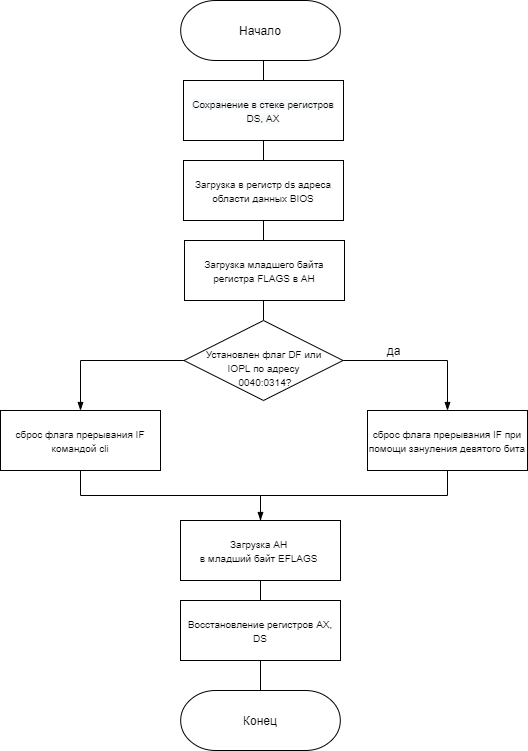
leontartykov/bmstu_sem_5_os keeps this draw.io diagram as lab_01/part_1/algorithm_scheme/int8h-Страница 3.png. Above is the earlier version. Source tidied: cells renumbered, new cells last; positions are measured from the earlier drawing's top-left corner, leaving out a move shared by most shapes. Its diagram source:
```xml
<mxGraphModel>
  <root>
    <mxCell id="0" />
    <mxCell id="1" parent="0" />
    <mxCell id="2" style="edgeStyle=orthogonalEdgeStyle;rounded=0;jettySize=auto;html=1;exitX=0.5;exitY=1;exitDx=0;exitDy=0;exitPerimeter=0;entryX=0.5;entryY=0;entryDx=0;entryDy=0;endArrow=none;endFill=0;" parent="1" edge="1" source="3" target="5">
      <mxGeometry relative="1" as="geometry" />
    </mxCell>
    <mxCell id="3" value="Начало" style="strokeWidth=1;html=1;shape=(stored shape, 464 characters);whiteSpace=wrap;" parent="1" vertex="1">
      <mxGeometry x="145" width="230" height="60" as="geometry" />
    </mxCell>
    <mxCell id="4" style="edgeStyle=orthogonalEdgeStyle;rounded=0;jettySize=auto;html=1;exitX=0.5;exitY=1;exitDx=0;exitDy=0;entryX=0.5;entryY=0;entryDx=0;entryDy=0;endArrow=none;endFill=0;" parent="1" edge="1" source="5" target="6">
      <mxGeometry relative="1" as="geometry" />
    </mxCell>
    <mxCell id="5" value="&lt;span style=&quot;color: rgb(0 , 0 , 0) ; font-family: &amp;#34;helvetica&amp;#34; ; font-size: 10px ; font-style: normal ; font-weight: 400 ; letter-spacing: normal ; text-align: center ; text-indent: 0px ; text-transform: none ; word-spacing: 0px ; background-color: rgb(248 , 249 , 250) ; display: inline ; float: none&quot;&gt;Сохранение в стеке регистров&lt;/span&gt;&lt;br style=&quot;color: rgb(0 , 0 , 0) ; font-family: &amp;#34;helvetica&amp;#34; ; font-size: 10px ; font-style: normal ; font-weight: 400 ; letter-spacing: normal ; text-align: center ; text-indent: 0px ; text-transform: none ; word-spacing: 0px ; background-color: rgb(248 , 249 , 250)&quot;&gt;&lt;span style=&quot;color: rgb(0 , 0 , 0) ; font-family: &amp;#34;helvetica&amp;#34; ; font-size: 10px ; font-style: normal ; font-weight: 400 ; letter-spacing: normal ; text-align: center ; text-indent: 0px ; text-transform: none ; word-spacing: 0px ; background-color: rgb(248 , 249 , 250) ; display: inline ; float: none&quot;&gt;DS, AX&lt;/span&gt;" style="rounded=0;whiteSpace=wrap;html=1;" parent="1" vertex="1">
      <mxGeometry x="183" y="80" width="160" height="60" as="geometry" />
    </mxCell>
    <mxCell id="6" value="&lt;span style=&quot;font-size: 10px&quot;&gt;Загрузка в регистр ds адреса области данных BIOS&lt;/span&gt;" style="rounded=0;whiteSpace=wrap;html=1;" parent="1" vertex="1">
      <mxGeometry x="183" y="160" width="160" height="60" as="geometry" />
    </mxCell>
    <mxCell id="7" style="edgeStyle=orthogonalEdgeStyle;rounded=0;jettySize=auto;html=1;exitX=0.5;exitY=0;exitDx=0;exitDy=0;entryX=0.5;entryY=1;entryDx=0;entryDy=0;endArrow=none;endFill=0;" parent="1" edge="1" source="9" target="6">
      <mxGeometry relative="1" as="geometry" />
    </mxCell>
    <mxCell id="8" style="edgeStyle=orthogonalEdgeStyle;rounded=0;jettySize=auto;html=1;exitX=0.5;exitY=1;exitDx=0;exitDy=0;entryX=0.5;entryY=0;entryDx=0;entryDy=0;endArrow=none;endFill=0;" parent="1" edge="1" source="9" target="12">
      <mxGeometry relative="1" as="geometry" />
    </mxCell>
    <mxCell id="9" value="&lt;font style=&quot;font-size: 10px&quot;&gt;Загрузка младшего байта регистра FLAGS в AH&lt;/font&gt;" style="rounded=0;whiteSpace=wrap;html=1;" parent="1" vertex="1">
      <mxGeometry x="184" y="240" width="160" height="60" as="geometry" />
    </mxCell>
    <mxCell id="10" style="edgeStyle=orthogonalEdgeStyle;rounded=0;jettySize=auto;html=1;exitX=1;exitY=0.5;exitDx=0;exitDy=0;entryX=0.5;entryY=0;entryDx=0;entryDy=0;endArrow=blockThin;endFill=1;" parent="1" edge="1" source="12" target="14">
      <mxGeometry relative="1" as="geometry" />
    </mxCell>
    <mxCell id="11" style="edgeStyle=orthogonalEdgeStyle;rounded=0;jettySize=auto;html=1;exitX=0;exitY=0.5;exitDx=0;exitDy=0;entryX=0.5;entryY=0;entryDx=0;entryDy=0;endArrow=blockThin;endFill=1;" parent="1" edge="1" source="12" target="17">
      <mxGeometry relative="1" as="geometry" />
    </mxCell>
    <mxCell id="12" value="&lt;span style=&quot;font-size: 10px&quot;&gt;&lt;br&gt;Установлен флаг DF или&lt;br&gt;IOPL по адресу&lt;br&gt;&amp;nbsp;0040:0314?&lt;br&gt;&lt;/span&gt;" style="rhombus;whiteSpace=wrap;html=1;" parent="1" vertex="1">
      <mxGeometry x="183.5" y="320" width="159" height="80" as="geometry" />
    </mxCell>
    <mxCell id="13" style="edgeStyle=orthogonalEdgeStyle;rounded=0;jettySize=auto;html=1;exitX=0.5;exitY=1;exitDx=0;exitDy=0;entryX=0.5;entryY=0;entryDx=0;entryDy=0;endArrow=none;endFill=0;" parent="1" edge="1" source="14" target="19">
      <mxGeometry relative="1" as="geometry" />
    </mxCell>
    <mxCell id="14" value="&lt;font style=&quot;font-size: 10px&quot;&gt;сброс флага прерывания IF при помощи зануления девятого бита&lt;/font&gt;" style="rounded=0;whiteSpace=wrap;html=1;" parent="1" vertex="1">
      <mxGeometry x="367" y="410" width="160" height="60" as="geometry" />
    </mxCell>
    <mxCell id="15" value="да" style="text;html=1;align=center;verticalAlign=middle;strokeColor=none;" parent="1" vertex="1">
      <mxGeometry x="378" y="340" width="30" height="20" as="geometry" />
    </mxCell>
    <mxCell id="16" style="edgeStyle=orthogonalEdgeStyle;rounded=0;jettySize=auto;html=1;exitX=0.5;exitY=1;exitDx=0;exitDy=0;entryX=0.5;entryY=0;entryDx=0;entryDy=0;endArrow=blockThin;endFill=1;" parent="1" edge="1" source="17" target="19">
      <mxGeometry relative="1" as="geometry" />
    </mxCell>
    <mxCell id="17" value="&lt;font style=&quot;font-size: 10px&quot;&gt;сброс флага прерывания IF&lt;br&gt;командой cli&lt;br&gt;&lt;/font&gt;" style="rounded=0;whiteSpace=wrap;html=1;" parent="1" vertex="1">
      <mxGeometry y="410" width="160" height="60" as="geometry" />
    </mxCell>
    <mxCell id="18" style="edgeStyle=orthogonalEdgeStyle;rounded=0;jettySize=auto;html=1;exitX=0.5;exitY=1;exitDx=0;exitDy=0;entryX=0.5;entryY=0;entryDx=0;entryDy=0;endArrow=none;endFill=0;" parent="1" edge="1" source="19" target="21">
      <mxGeometry relative="1" as="geometry" />
    </mxCell>
    <mxCell id="19" value="&lt;font style=&quot;font-size: 10px&quot;&gt;Загрузка AH&amp;nbsp;&lt;br&gt;в младший байт EFLAGS&amp;nbsp;&lt;/font&gt;" style="rounded=0;whiteSpace=wrap;html=1;" parent="1" vertex="1">
      <mxGeometry x="180" y="520" width="160" height="60" as="geometry" />
    </mxCell>
    <mxCell id="20" style="edgeStyle=orthogonalEdgeStyle;rounded=0;jettySize=auto;html=1;exitX=0.5;exitY=1;exitDx=0;exitDy=0;entryX=0.5;entryY=0;entryDx=0;entryDy=0;entryPerimeter=0;endArrow=none;endFill=0;" parent="1" edge="1" source="21" target="22">
      <mxGeometry relative="1" as="geometry" />
    </mxCell>
    <mxCell id="21" value="&lt;span style=&quot;font-size: 10px&quot;&gt;Восстановление регистров AX, DS&lt;/span&gt;" style="rounded=0;whiteSpace=wrap;html=1;" parent="1" vertex="1">
      <mxGeometry x="180" y="600" width="160" height="60" as="geometry" />
    </mxCell>
    <mxCell id="22" value="Конец" style="strokeWidth=1;html=1;shape=(stored shape, 464 characters);whiteSpace=wrap;" parent="1" vertex="1">
      <mxGeometry x="145" y="690" width="230" height="60" as="geometry" />
    </mxCell>
  </root>
</mxGraphModel>
```
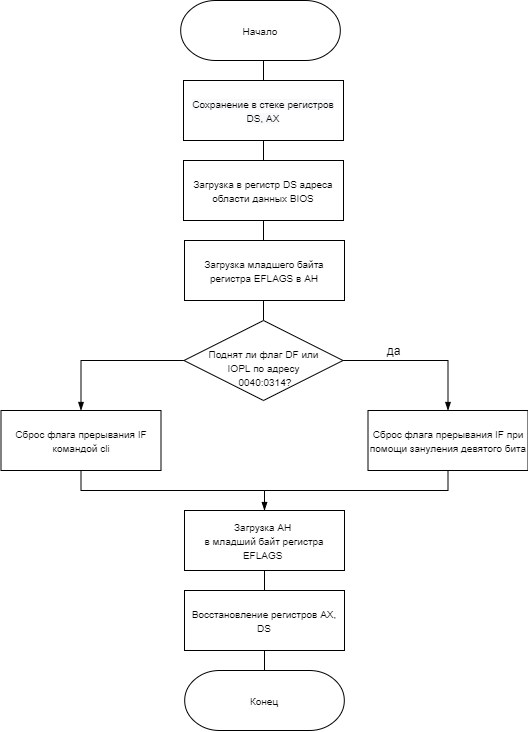
After the change.

Change to the diagram source:
```diff
@@ -5,7 +5,7 @@
     <mxCell id="2" style="edgeStyle=orthogonalEdgeStyle;rounded=0;jettySize=auto;html=1;exitX=0.5;exitY=1;exitDx=0;exitDy=0;exitPerimeter=0;entryX=0.5;entryY=0;entryDx=0;entryDy=0;endArrow=none;endFill=0;" parent="1" edge="1" source="3" target="5">
       <mxGeometry relative="1" as="geometry" />
     </mxCell>
-    <mxCell id="3" value="Начало" style="strokeWidth=1;html=1;shape=(stored shape, 464 characters);whiteSpace=wrap;" parent="1" vertex="1">
+    <mxCell id="3" value="&lt;font style=&quot;font-size: 10px&quot;&gt;Начало&lt;/font&gt;" style="strokeWidth=1;html=1;shape=(stored shape, 464 characters);whiteSpace=wrap;" parent="1" vertex="1">
       <mxGeometry x="145" width="230" height="60" as="geometry" />
     </mxCell>
     <mxCell id="4" style="edgeStyle=orthogonalEdgeStyle;rounded=0;jettySize=auto;html=1;exitX=0.5;exitY=1;exitDx=0;exitDy=0;entryX=0.5;entryY=0;entryDx=0;entryDy=0;endArrow=none;endFill=0;" parent="1" edge="1" source="5" target="6">
@@ -14,7 +14,7 @@
     <mxCell id="5" value="&lt;span style=&quot;color: rgb(0 , 0 , 0) ; font-family: &amp;#34;helvetica&amp;#34; ; font-size: 10px ; font-style: normal ; font-weight: 400 ; letter-spacing: normal ; text-align: center ; text-indent: 0px ; text-transform: none ; word-spacing: 0px ; background-color: rgb(248 , 249 , 250) ; display: inline ; float: none&quot;&gt;Сохранение в стеке регистров&lt;/span&gt;&lt;br style=&quot;color: rgb(0 , 0 , 0) ; font-family: &amp;#34;helvetica&amp;#34; ; font-size: 10px ; font-style: normal ; font-weight: 400 ; letter-spacing: normal ; text-align: center ; text-indent: 0px ; text-transform: none ; word-spacing: 0px ; background-color: rgb(248 , 249 , 250)&quot;&gt;&lt;span style=&quot;color: rgb(0 , 0 , 0) ; font-family: &amp;#34;helvetica&amp;#34; ; font-size: 10px ; font-style: normal ; font-weight: 400 ; letter-spacing: normal ; text-align: center ; text-indent: 0px ; text-transform: none ; word-spacing: 0px ; background-color: rgb(248 , 249 , 250) ; display: inline ; float: none&quot;&gt;DS, AX&lt;/span&gt;" style="rounded=0;whiteSpace=wrap;html=1;" parent="1" vertex="1">
       <mxGeometry x="183" y="80" width="160" height="60" as="geometry" />
     </mxCell>
-    <mxCell id="6" value="&lt;span style=&quot;font-size: 10px&quot;&gt;Загрузка в регистр ds адреса области данных BIOS&lt;/span&gt;" style="rounded=0;whiteSpace=wrap;html=1;" parent="1" vertex="1">
+    <mxCell id="6" value="&lt;span style=&quot;font-size: 10px&quot;&gt;Загрузка в регистр DS адреса области данных BIOS&lt;/span&gt;" style="rounded=0;whiteSpace=wrap;html=1;" parent="1" vertex="1">
       <mxGeometry x="183" y="160" width="160" height="60" as="geometry" />
     </mxCell>
     <mxCell id="7" style="edgeStyle=orthogonalEdgeStyle;rounded=0;jettySize=auto;html=1;exitX=0.5;exitY=0;exitDx=0;exitDy=0;entryX=0.5;entryY=1;entryDx=0;entryDy=0;endArrow=none;endFill=0;" parent="1" edge="1" source="9" target="6">
@@ -23,7 +23,7 @@
     <mxCell id="8" style="edgeStyle=orthogonalEdgeStyle;rounded=0;jettySize=auto;html=1;exitX=0.5;exitY=1;exitDx=0;exitDy=0;entryX=0.5;entryY=0;entryDx=0;entryDy=0;endArrow=none;endFill=0;" parent="1" edge="1" source="9" target="12">
       <mxGeometry relative="1" as="geometry" />
     </mxCell>
-    <mxCell id="9" value="&lt;font style=&quot;font-size: 10px&quot;&gt;Загрузка младшего байта регистра FLAGS в AH&lt;/font&gt;" style="rounded=0;whiteSpace=wrap;html=1;" parent="1" vertex="1">
+    <mxCell id="9" value="&lt;font style=&quot;font-size: 10px&quot;&gt;Загрузка младшего байта регистра EFLAGS в AH&lt;/font&gt;" style="rounded=0;whiteSpace=wrap;html=1;" parent="1" vertex="1">
       <mxGeometry x="184" y="240" width="160" height="60" as="geometry" />
     </mxCell>
     <mxCell id="10" style="edgeStyle=orthogonalEdgeStyle;rounded=0;jettySize=auto;html=1;exitX=1;exitY=0.5;exitDx=0;exitDy=0;entryX=0.5;entryY=0;entryDx=0;entryDy=0;endArrow=blockThin;endFill=1;" parent="1" edge="1" source="12" target="14">
@@ -32,38 +32,41 @@
     <mxCell id="11" style="edgeStyle=orthogonalEdgeStyle;rounded=0;jettySize=auto;html=1;exitX=0;exitY=0.5;exitDx=0;exitDy=0;entryX=0.5;entryY=0;entryDx=0;entryDy=0;endArrow=blockThin;endFill=1;" parent="1" edge="1" source="12" target="17">
       <mxGeometry relative="1" as="geometry" />
     </mxCell>
-    <mxCell id="12" value="&lt;span style=&quot;font-size: 10px&quot;&gt;&lt;br&gt;Установлен флаг DF или&lt;br&gt;IOPL по адресу&lt;br&gt;&amp;nbsp;0040:0314?&lt;br&gt;&lt;/span&gt;" style="rhombus;whiteSpace=wrap;html=1;" parent="1" vertex="1">
+    <mxCell id="12" value="&lt;span style=&quot;font-size: 10px&quot;&gt;&lt;br&gt;Поднят ли флаг DF или&lt;br&gt;IOPL по адресу&lt;br&gt;&amp;nbsp;0040:0314?&lt;br&gt;&lt;/span&gt;" style="rhombus;whiteSpace=wrap;html=1;" parent="1" vertex="1">
       <mxGeometry x="183.5" y="320" width="159" height="80" as="geometry" />
     </mxCell>
-    <mxCell id="13" style="edgeStyle=orthogonalEdgeStyle;rounded=0;jettySize=auto;html=1;exitX=0.5;exitY=1;exitDx=0;exitDy=0;entryX=0.5;entryY=0;entryDx=0;entryDy=0;endArrow=none;endFill=0;" parent="1" edge="1" source="14" target="19">
+    <mxCell id="13" style="edgeStyle=orthogonalEdgeStyle;rounded=0;jettySize=auto;html=1;exitX=0.5;exitY=1;exitDx=0;exitDy=0;entryX=0.5;entryY=0;entryDx=0;entryDy=0;endArrow=blockThin;endFill=1;" parent="1" edge="1" source="14" target="19">
       <mxGeometry relative="1" as="geometry" />
     </mxCell>
-    <mxCell id="14" value="&lt;font style=&quot;font-size: 10px&quot;&gt;сброс флага прерывания IF при помощи зануления девятого бита&lt;/font&gt;" style="rounded=0;whiteSpace=wrap;html=1;" parent="1" vertex="1">
-      <mxGeometry x="367" y="410" width="160" height="60" as="geometry" />
+    <mxCell id="14" value="&lt;font style=&quot;font-size: 10px&quot;&gt;Сброс флага прерывания IF при помощи зануления девятого бита&lt;/font&gt;" style="rounded=0;whiteSpace=wrap;html=1;" parent="1" vertex="1">
+      <mxGeometry x="367.5" y="410" width="160" height="60" as="geometry" />
     </mxCell>
     <mxCell id="15" value="да" style="text;html=1;align=center;verticalAlign=middle;strokeColor=none;" parent="1" vertex="1">
       <mxGeometry x="378" y="340" width="30" height="20" as="geometry" />
     </mxCell>
-    <mxCell id="16" style="edgeStyle=orthogonalEdgeStyle;rounded=0;jettySize=auto;html=1;exitX=0.5;exitY=1;exitDx=0;exitDy=0;entryX=0.5;entryY=0;entryDx=0;entryDy=0;endArrow=blockThin;endFill=1;" parent="1" edge="1" source="17" target="19">
+    <mxCell id="16" style="edgeStyle=orthogonalEdgeStyle;rounded=0;jettySize=auto;html=1;exitX=0.5;exitY=1;exitDx=0;exitDy=0;entryX=0.5;entryY=0;entryDx=0;entryDy=0;endArrow=none;endFill=0;" parent="1" edge="1" source="17" target="19">
       <mxGeometry relative="1" as="geometry" />
     </mxCell>
-    <mxCell id="17" value="&lt;font style=&quot;font-size: 10px&quot;&gt;сброс флага прерывания IF&lt;br&gt;командой cli&lt;br&gt;&lt;/font&gt;" style="rounded=0;whiteSpace=wrap;html=1;" parent="1" vertex="1">
-      <mxGeometry y="410" width="160" height="60" as="geometry" />
+    <mxCell id="17" value="&lt;font style=&quot;font-size: 10px&quot;&gt;Сброс флага прерывания IF&lt;br&gt;командой cli&lt;br&gt;&lt;/font&gt;" style="rounded=0;whiteSpace=wrap;html=1;" parent="1" vertex="1">
+      <mxGeometry x="0.5" y="410" width="160" height="60" as="geometry" />
     </mxCell>
     <mxCell id="18" style="edgeStyle=orthogonalEdgeStyle;rounded=0;jettySize=auto;html=1;exitX=0.5;exitY=1;exitDx=0;exitDy=0;entryX=0.5;entryY=0;entryDx=0;entryDy=0;endArrow=none;endFill=0;" parent="1" edge="1" source="19" target="21">
       <mxGeometry relative="1" as="geometry" />
     </mxCell>
-    <mxCell id="19" value="&lt;font style=&quot;font-size: 10px&quot;&gt;Загрузка AH&amp;nbsp;&lt;br&gt;в младший байт EFLAGS&amp;nbsp;&lt;/font&gt;" style="rounded=0;whiteSpace=wrap;html=1;" parent="1" vertex="1">
-      <mxGeometry x="180" y="520" width="160" height="60" as="geometry" />
+    <mxCell id="19" value="&lt;font style=&quot;font-size: 10px&quot;&gt;Загрузка AH&amp;nbsp;&lt;br&gt;в младший байт регистра EFLAGS&amp;nbsp;&lt;/font&gt;" style="rounded=0;whiteSpace=wrap;html=1;" parent="1" vertex="1">
+      <mxGeometry x="184" y="510" width="160" height="60" as="geometry" />
     </mxCell>
     <mxCell id="20" style="edgeStyle=orthogonalEdgeStyle;rounded=0;jettySize=auto;html=1;exitX=0.5;exitY=1;exitDx=0;exitDy=0;entryX=0.5;entryY=0;entryDx=0;entryDy=0;entryPerimeter=0;endArrow=none;endFill=0;" parent="1" edge="1" source="21" target="22">
       <mxGeometry relative="1" as="geometry" />
     </mxCell>
     <mxCell id="21" value="&lt;span style=&quot;font-size: 10px&quot;&gt;Восстановление регистров AX, DS&lt;/span&gt;" style="rounded=0;whiteSpace=wrap;html=1;" parent="1" vertex="1">
-      <mxGeometry x="180" y="600" width="160" height="60" as="geometry" />
+      <mxGeometry x="184" y="590" width="160" height="60" as="geometry" />
     </mxCell>
-    <mxCell id="22" value="Конец" style="strokeWidth=1;html=1;shape=(stored shape, 464 characters);whiteSpace=wrap;" parent="1" vertex="1">
-      <mxGeometry x="145" y="690" width="230" height="60" as="geometry" />
+    <mxCell id="22" value="&lt;font style=&quot;font-size: 10px&quot;&gt;Конец&lt;/font&gt;" style="strokeWidth=1;html=1;shape=(stored shape, 464 characters);whiteSpace=wrap;" parent="1" vertex="1">
+      <mxGeometry x="149" y="670" width="230" height="60" as="geometry" />
     </mxCell>
+    <mxCell id="23" style="edgeStyle=orthogonalEdgeStyle;rounded=0;orthogonalLoop=1;jettySize=auto;html=1;exitX=0.5;exitY=1;exitDx=0;exitDy=0;exitPerimeter=0;endArrow=none;endFill=0;" parent="1" edge="1" source="22" target="22">
+      <mxGeometry relative="1" as="geometry" />
+    </mxCell>
   </root>
 </mxGraphModel>
```
